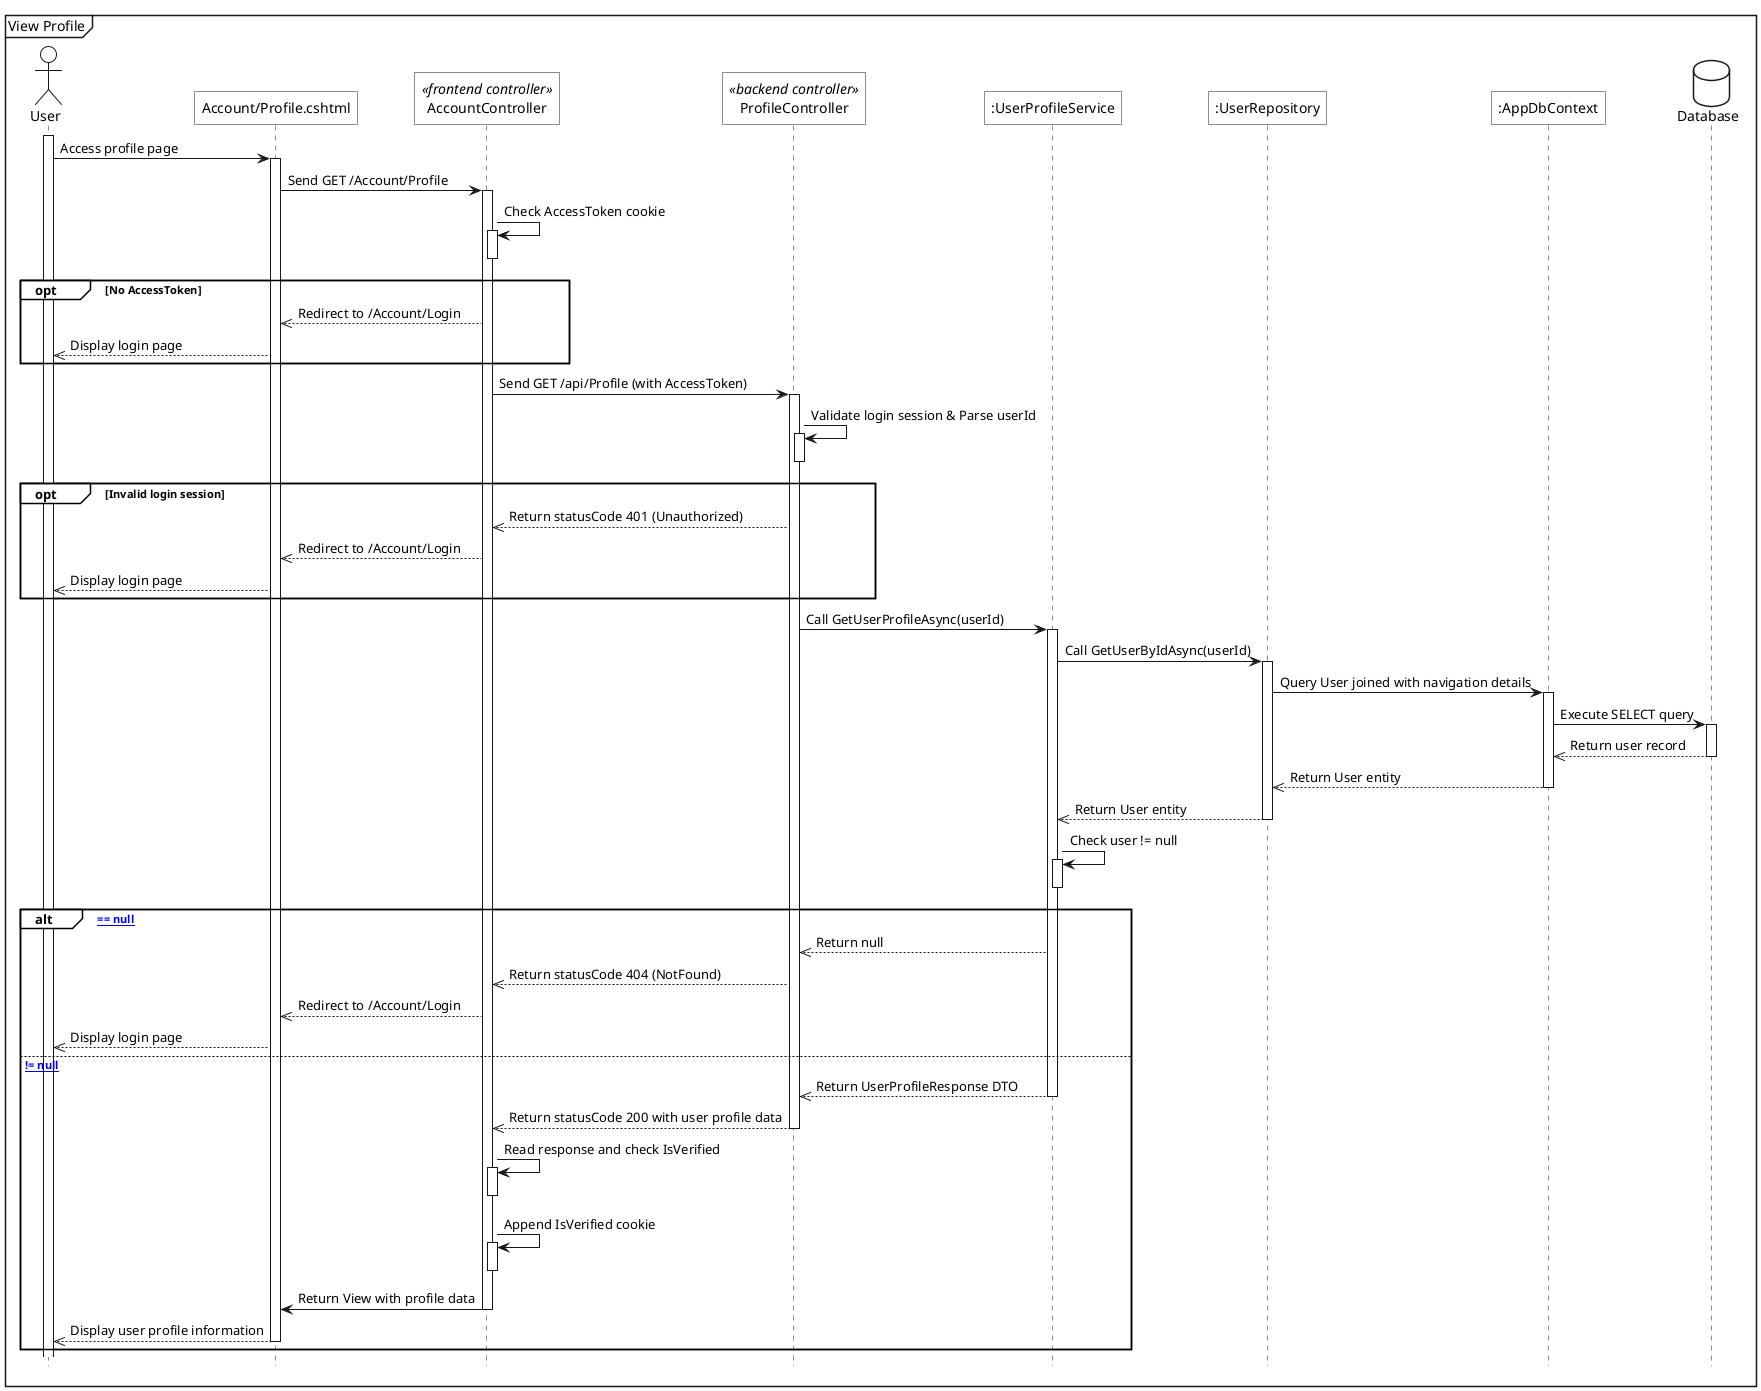
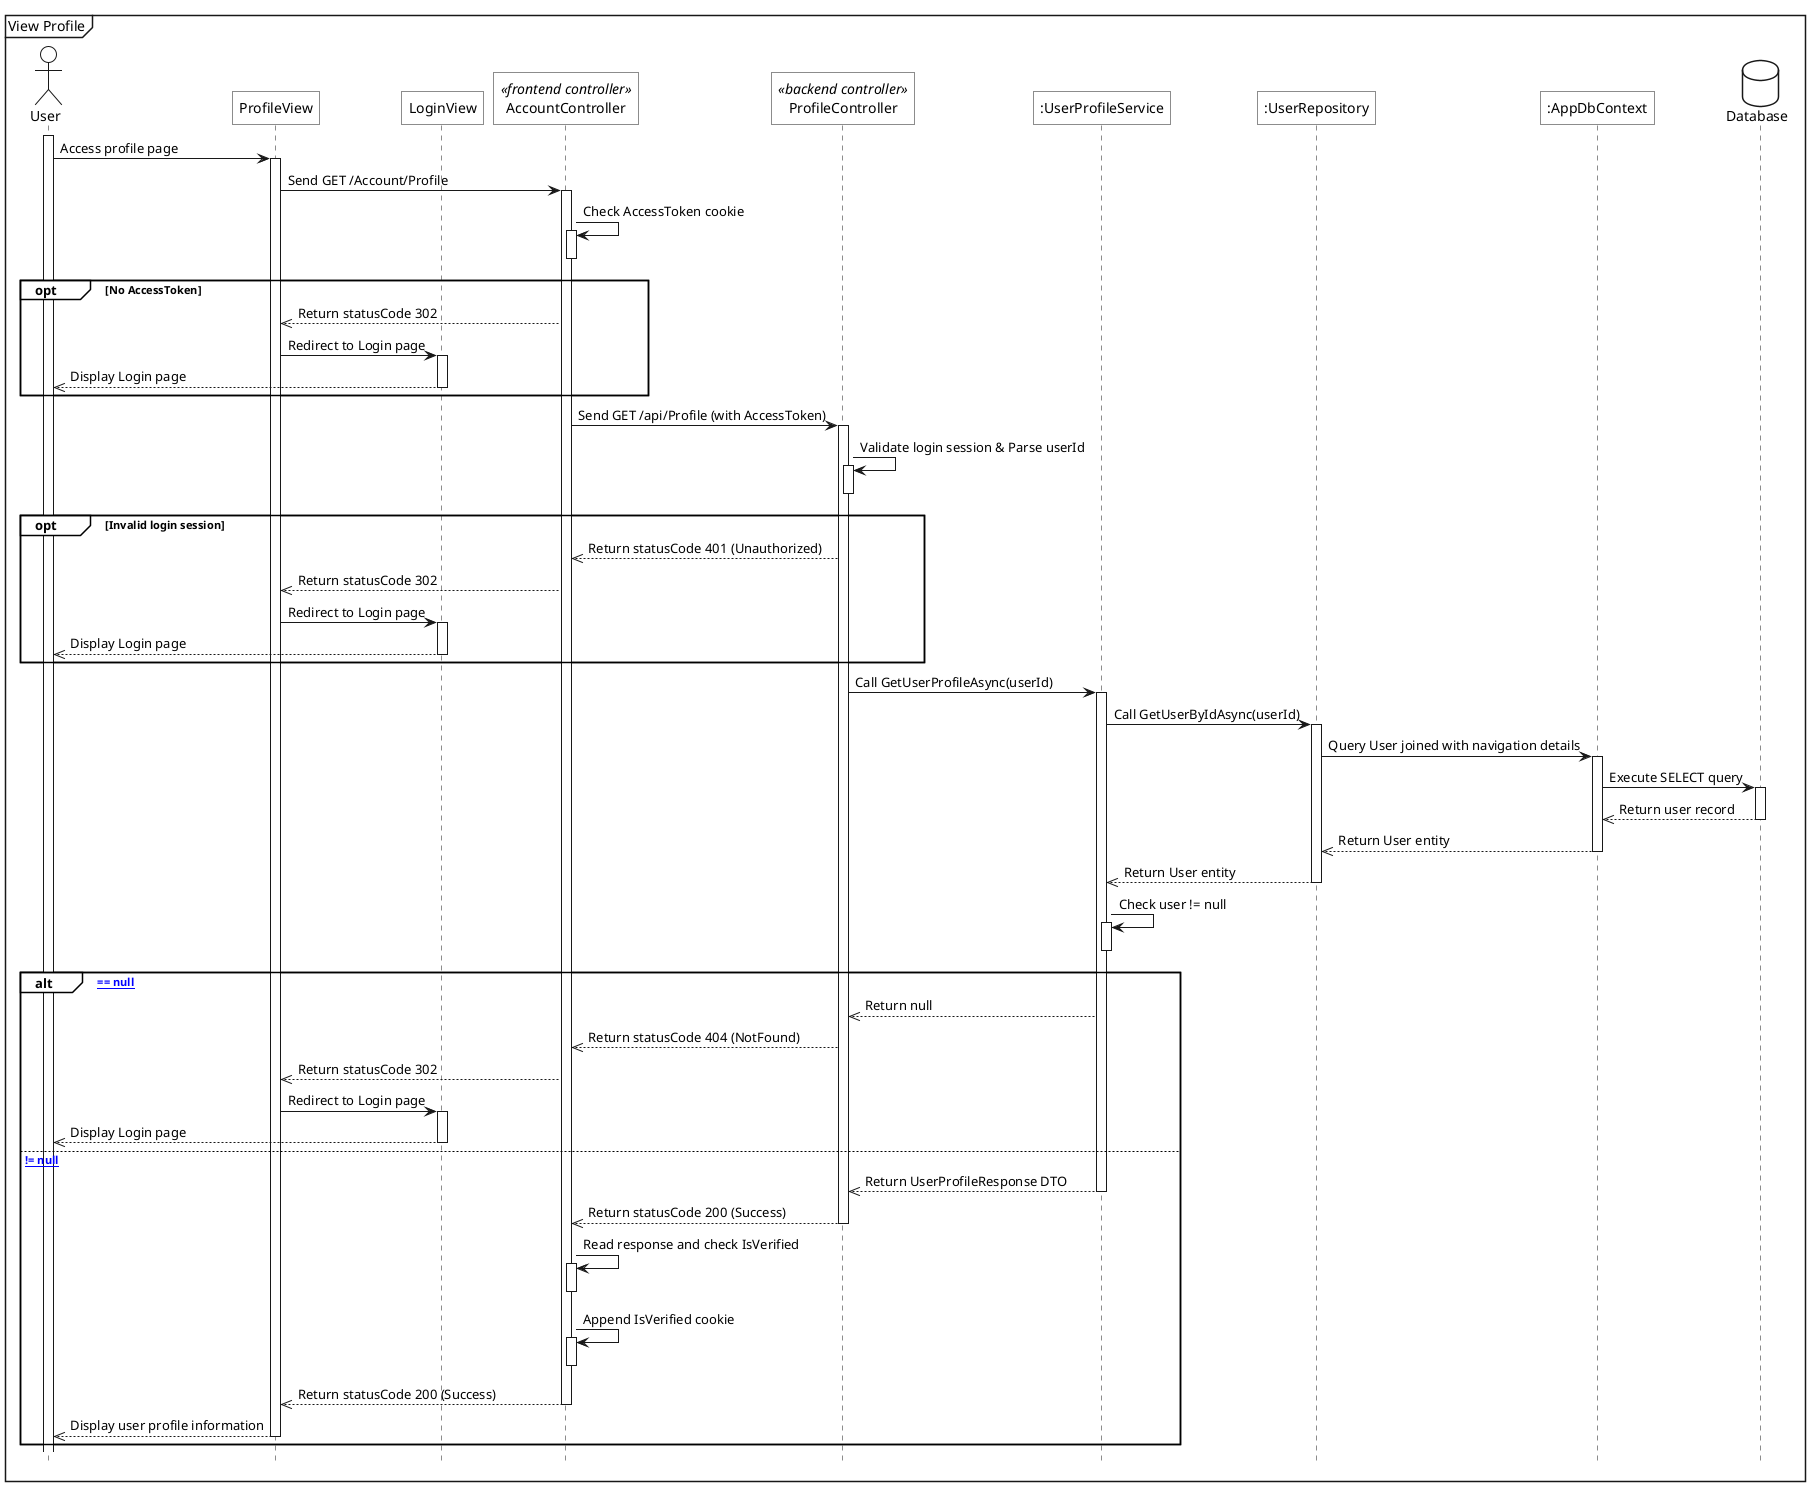
@startuml
<style>
    sequenceDiagram{
        actor{
            BackgroundColor white
            LineThickness 1.0
        }
        participant{
            BackgroundColor white
            RoundCorner 0
        }
        database{
            BackgroundColor white
        }
        groupHeader{
            BackgroundColor white
        }
        referenceHeader{
            BackgroundColor white
        }
        reference{
            BackgroundColor white
        }
    }
</style>

hide footbox

mainframe View Profile
actor User as act

- participant "Account/Profile.cshtml" as view
+ participant "ProfileView" as view
+ participant "LoginView" as login_view
participant "AccountController" as fe_ctrl <<frontend controller>>
participant "ProfileController" as be_ctrl <<backend controller>>
participant ":UserProfileService" as sv
participant ":UserRepository" as repo
participant ":AppDbContext" as ctx
database Database as db

act++
act->view++: Access profile page
view->fe_ctrl++: Send GET /Account/Profile

fe_ctrl->fe_ctrl++: Check AccessToken cookie
fe_ctrl--
group opt [No AccessToken]
-     fe_ctrl-->>view: Redirect to /Account/Login
-     view-->>act: Display login page
+     fe_ctrl-->>view: Return statusCode 302
+     view->login_view++: Redirect to Login page
+     login_view-->>act: Display Login page
+     deactivate login_view
end

fe_ctrl->be_ctrl++: Send GET /api/Profile (with AccessToken)

be_ctrl->be_ctrl++: Validate login session & Parse userId
be_ctrl--
group opt [Invalid login session]
    be_ctrl-->>fe_ctrl: Return statusCode 401 (Unauthorized)
-     fe_ctrl-->>view: Redirect to /Account/Login
-     view-->>act: Display login page
+     fe_ctrl-->>view: Return statusCode 302
+     view->login_view++: Redirect to Login page
+     login_view-->>act: Display Login page
+     deactivate login_view
end

be_ctrl->sv++: Call GetUserProfileAsync(userId)

sv->repo++: Call GetUserByIdAsync(userId)
repo->ctx++: Query User joined with navigation details
ctx->db++: Execute SELECT query
db-->>ctx--: Return user record
ctx-->>repo--: Return User entity
repo-->>sv--: Return User entity

sv->sv++: Check user != null
sv--

alt [user == null]
    sv-->>be_ctrl: Return null
    be_ctrl-->>fe_ctrl: Return statusCode 404 (NotFound)
-     fe_ctrl-->>view: Redirect to /Account/Login
-     view-->>act: Display login page
+     fe_ctrl-->>view: Return statusCode 302
+     view->login_view++: Redirect to Login page
+     login_view-->>act: Display Login page
+     deactivate login_view
else [user != null]
    sv-->>be_ctrl--: Return UserProfileResponse DTO
-     be_ctrl-->>fe_ctrl--: Return statusCode 200 with user profile data
+     be_ctrl-->>fe_ctrl--: Return statusCode 200 (Success)

    fe_ctrl->fe_ctrl++: Read response and check IsVerified
    fe_ctrl--
    fe_ctrl->fe_ctrl++: Append IsVerified cookie
    fe_ctrl--
-     fe_ctrl->view--: Return View with profile data
+     fe_ctrl-->>view--: Return statusCode 200 (Success)
    view-->>act--: Display user profile information
end
@enduml
